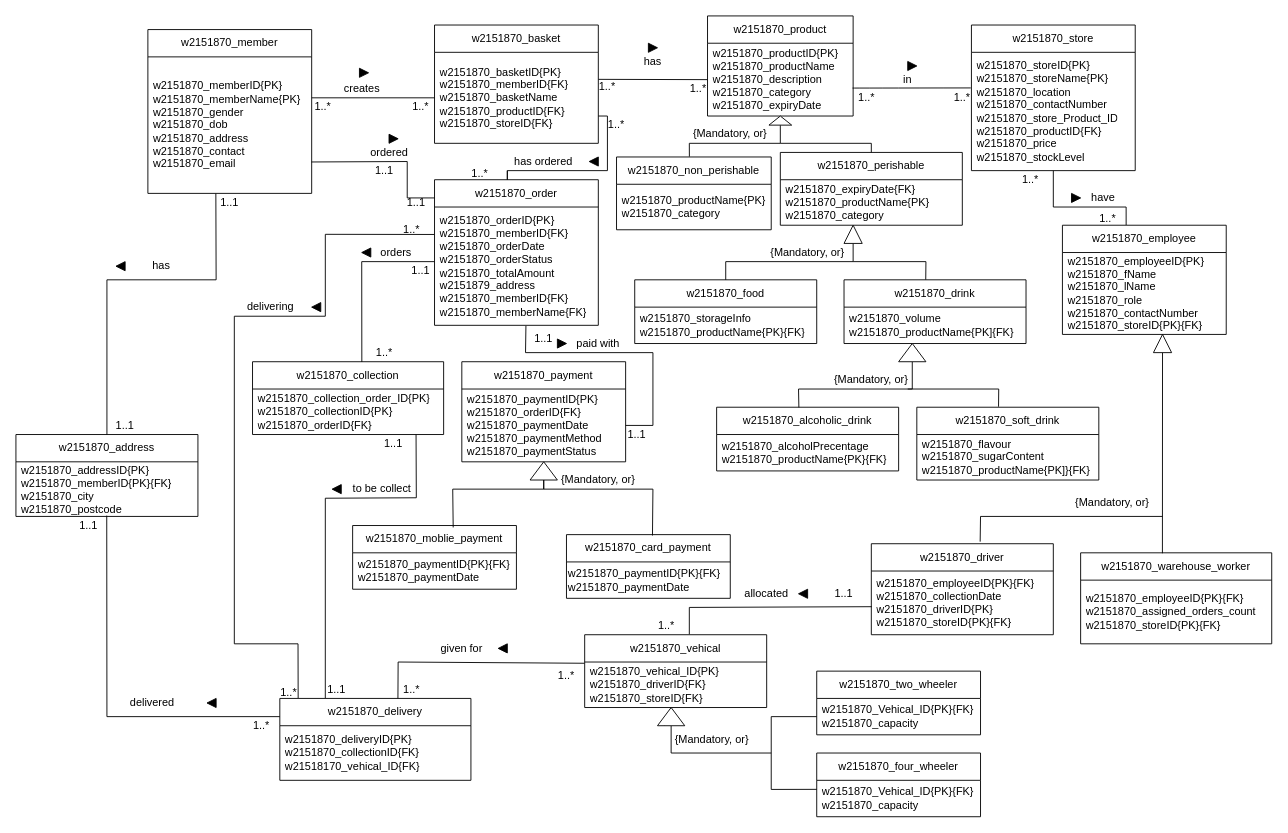
This is question7.drawio from Yoda200512/skills-introduction-to-github, a draw.io file, before an edit. Source tidied: cells renumbered, new cells numbered last; positions are measured from the earlier drawing's top-left corner, leaving out a move shared by most shapes. Both pictures are drawn from the tidied source at 91%, with x=0, y=0 at pixel (15, 15).
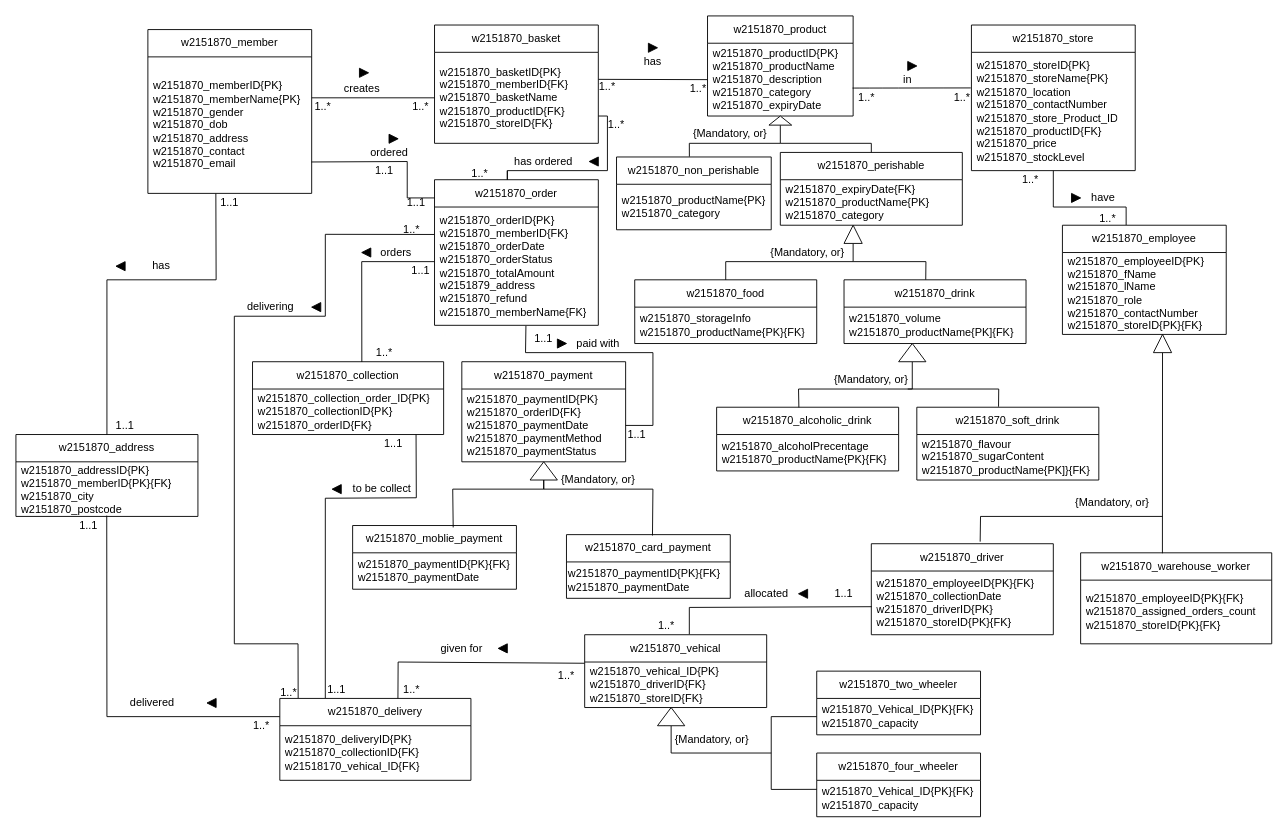
After the change.

Unchanged cells that the change refers to:
```xml
<mxCell id="8" value="w2151870_order" style="swimlane;fontStyle=0;horizontal=1;startSize=30;whiteSpace=wrap;html=1;" parent="1" vertex="1">
  <mxGeometry x="460" y="180" width="180" height="160" as="geometry" />
</mxCell>
```

Change to the diagram source:
```diff
@@
-    <mxCell id="9" value="&lt;span style=&quot;text-align: center;&quot;&gt;w2151870_&lt;/span&gt;orderID{PK}&lt;br&gt;&lt;div&gt;&lt;span style=&quot;text-align: center; background-color: transparent; color: light-dark(rgb(0, 0, 0), rgb(255, 255, 255));&quot;&gt;w2151870_&lt;/span&gt;memberID{FK}&lt;/div&gt;&lt;div&gt;&lt;span style=&quot;text-align: center; background-color: transparent; color: light-dark(rgb(0, 0, 0), rgb(255, 255, 255));&quot;&gt;w2151870_&lt;/span&gt;orderDate&lt;/div&gt;&lt;div&gt;&lt;span style=&quot;text-align: center; background-color: transparent; color: light-dark(rgb(0, 0, 0), rgb(255, 255, 255));&quot;&gt;w2151870_&lt;/span&gt;orderStatus&lt;/div&gt;&lt;div&gt;&lt;span style=&quot;text-align: center; background-color: transparent; color: light-dark(rgb(0, 0, 0), rgb(255, 255, 255));&quot;&gt;w2151870_&lt;/span&gt;totalAmount&lt;/div&gt;&lt;div&gt;w2151879_address&lt;br&gt;w2151870_memberID{FK}&lt;/div&gt;&lt;div&gt;w2151870_memberName{FK}&lt;/div&gt;" style="text;strokeColor=none;fillColor=none;align=left;verticalAlign=middle;spacingLeft=4;spacingRight=4;overflow=hidden;points=[[0,0.5],[1,0.5]];portConstraint=eastwest;whiteSpace=wrap;html=1;" parent="8" vertex="1">
+    <mxCell id="9" value="&lt;span style=&quot;text-align: center;&quot;&gt;w2151870_&lt;/span&gt;orderID{PK}&lt;br&gt;&lt;div&gt;&lt;span style=&quot;text-align: center; background-color: transparent; color: light-dark(rgb(0, 0, 0), rgb(255, 255, 255));&quot;&gt;w2151870_&lt;/span&gt;memberID{FK}&lt;/div&gt;&lt;div&gt;&lt;span style=&quot;text-align: center; background-color: transparent; color: light-dark(rgb(0, 0, 0), rgb(255, 255, 255));&quot;&gt;w2151870_&lt;/span&gt;orderDate&lt;/div&gt;&lt;div&gt;&lt;span style=&quot;text-align: center; background-color: transparent; color: light-dark(rgb(0, 0, 0), rgb(255, 255, 255));&quot;&gt;w2151870_&lt;/span&gt;orderStatus&lt;/div&gt;&lt;div&gt;&lt;span style=&quot;text-align: center; background-color: transparent; color: light-dark(rgb(0, 0, 0), rgb(255, 255, 255));&quot;&gt;w2151870_&lt;/span&gt;totalAmount&lt;/div&gt;&lt;div&gt;w2151879_address&lt;br&gt;w2151870_refund&lt;/div&gt;&lt;div&gt;w2151870_memberName{FK}&lt;/div&gt;" style="text;strokeColor=none;fillColor=none;align=left;verticalAlign=middle;spacingLeft=4;spacingRight=4;overflow=hidden;points=[[0,0.5],[1,0.5]];portConstraint=eastwest;whiteSpace=wrap;html=1;" parent="8" vertex="1">
       <mxGeometry y="30" width="180" height="130" as="geometry" />
     </mxCell>
```
